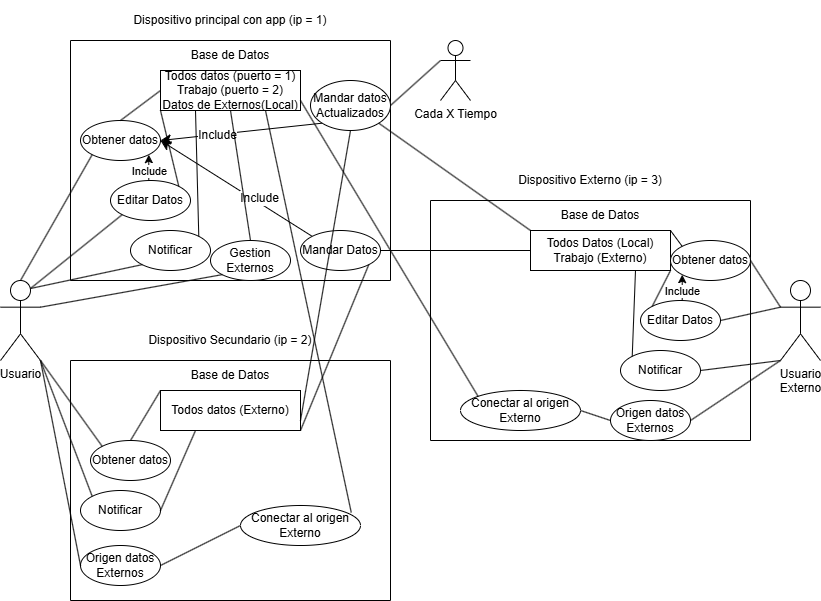
The draw.io diagram UseCase.drawio.png in Gosha1030/ProyectoIntermodularGeorgii, before a commit. Source tidied: cells renumbered, new cells last; positions are measured from the earlier drawing's top-left corner, leaving out a move shared by most shapes.
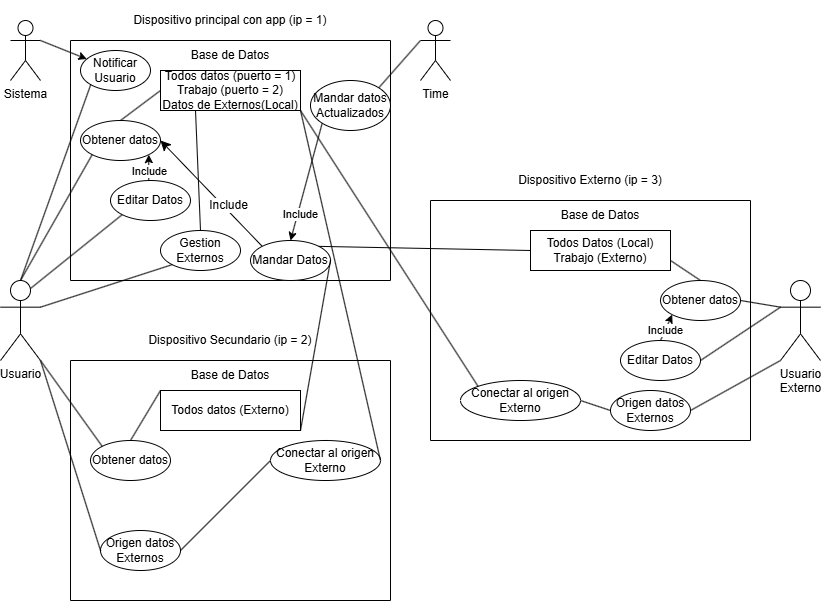
After the commit.

Commit message:
Defenicion del proyecto y diagramas actualizados

The edit, as a diff of the source:
```diff
@@ -2,16 +2,10 @@
   <root>
-    <mxCell id="0" />
-    <mxCell id="1" parent="0" />
+    <mxCell id="70" />
+    <mxCell id="71" parent="70" />
-    <mxCell id="2" value="Usuario" style="shape=umlActor;verticalLabelPosition=bottom;verticalAlign=top;html=1;outlineConnect=0;" parent="1" vertex="1">
+    <mxCell id="2" value="Usuario" style="shape=umlActor;verticalLabelPosition=bottom;verticalAlign=top;html=1;outlineConnect=0;" parent="71" vertex="1">
       <mxGeometry y="280" width="40" height="80" as="geometry" />
     </mxCell>
-    <mxCell id="3" style="swimlane;startSize=0;" parent="1" vertex="1">
+    <mxCell id="3" style="swimlane;startSize=0;" parent="71" vertex="1">
       <mxGeometry x="70" y="40" width="320" height="240" as="geometry" />
     </mxCell>
-    <mxCell id="4" style="edgeStyle=none;curved=1;rounded=0;jettySize=auto;html=1;exitX=0;exitY=1;exitDx=0;exitDy=0;entryX=1;entryY=0.5;entryDx=0;entryDy=0;fontSize=12;startSize=8;endSize=8;" parent="3" edge="1" source="21" target="8">
-      <mxGeometry relative="1" as="geometry" />
-    </mxCell>
-    <mxCell id="5" value="Include" style="edgeLabel;html=1;align=center;verticalAlign=middle;fontSize=12;" parent="4" vertex="1">
-      <mxGeometry x="0.3" y="1" relative="1" as="geometry" />
-    </mxCell>
     <mxCell id="6" value="Todos datos (puerto = 1)&lt;div&gt;Trabajo (puerto = 2)&lt;/div&gt;&lt;div&gt;Datos de Externos(Local)&lt;/div&gt;" style="rounded=0;whiteSpace=wrap;html=1;" parent="3" vertex="1">
@@ -19,5 +13,5 @@
     </mxCell>
-    <mxCell id="7" value="Base de Datos" style="text;html=1;whiteSpace=wrap;strokeColor=none;fillColor=none;align=center;verticalAlign=middle;rounded=0;" parent="3" vertex="1">
-      <mxGeometry x="90" width="140" height="30" as="geometry" />
-    </mxCell>
+    <mxCell id="72" value="Base de Datos" style="text;html=1;whiteSpace=wrap;strokeColor=none;fillColor=none;align=center;verticalAlign=middle;rounded=0;" parent="3" vertex="1">
+      <mxGeometry x="90" width="140" height="30" as="geometry" />
+    </mxCell>
     <mxCell id="8" value="Obtener datos" style="ellipse;whiteSpace=wrap;html=1;" parent="3" vertex="1">
@@ -31,5 +25,5 @@
     </mxCell>
-    <mxCell id="11" value="Include" style="edgeLabel;html=1;align=center;verticalAlign=middle;" parent="10" vertex="1">
-      <mxGeometry x="-0.22" relative="1" as="geometry" />
-    </mxCell>
+    <mxCell id="73" value="Include" style="edgeLabel;html=1;align=center;verticalAlign=middle;" parent="10" vertex="1">
+      <mxGeometry x="-0.22" relative="1" as="geometry" />
+    </mxCell>
     <mxCell id="12" value="Editar Datos" style="ellipse;whiteSpace=wrap;html=1;" parent="3" vertex="1">
@@ -37,11 +31,2 @@
     </mxCell>
-    <mxCell id="13" style="endArrow=none;html=1;rounded=0;entryX=0;entryY=1;entryDx=0;entryDy=0;exitX=1;exitY=0;exitDx=0;exitDy=0;" parent="3" edge="1" source="12" target="6">
-      <mxGeometry relative="1" as="geometry" />
-    </mxCell>
-    <mxCell id="14" value="Notificar" style="ellipse;whiteSpace=wrap;html=1;" parent="3" vertex="1">
-      <mxGeometry x="60" y="190" width="80" height="40" as="geometry" />
-    </mxCell>
-    <mxCell id="15" style="endArrow=none;html=1;rounded=0;entryX=0.25;entryY=1;entryDx=0;entryDy=0;exitX=1;exitY=0;exitDx=0;exitDy=0;" parent="3" edge="1" source="14" target="6">
-      <mxGeometry relative="1" as="geometry" />
-    </mxCell>
     <mxCell id="16" style="edgeStyle=none;curved=1;rounded=0;jettySize=auto;html=1;exitX=0;exitY=0;exitDx=0;exitDy=0;entryX=1;entryY=0.5;entryDx=0;entryDy=0;fontSize=12;startSize=8;endSize=8;" parent="3" edge="1" source="18" target="8">
@@ -49,14 +34,20 @@
     </mxCell>
-    <mxCell id="17" value="Include" style="edgeLabel;html=1;align=center;verticalAlign=middle;fontSize=12;" parent="16" vertex="1">
-      <mxGeometry x="-0.27" y="-4" relative="1" as="geometry" />
-    </mxCell>
+    <mxCell id="74" value="Include" style="edgeLabel;html=1;align=center;verticalAlign=middle;fontSize=12;" parent="16" vertex="1">
+      <mxGeometry x="-0.27" y="-4" relative="1" as="geometry" />
+    </mxCell>
     <mxCell id="18" value="Mandar Datos" style="ellipse;whiteSpace=wrap;html=1;" parent="3" vertex="1">
-      <mxGeometry x="230" y="190" width="80" height="40" as="geometry" />
+      <mxGeometry x="180" y="200" width="80" height="40" as="geometry" />
     </mxCell>
     <mxCell id="19" value="Gestion Externos" style="ellipse;whiteSpace=wrap;html=1;" parent="3" vertex="1">
-      <mxGeometry x="140" y="200" width="80" height="40" as="geometry" />
+      <mxGeometry x="90" y="190" width="80" height="40" as="geometry" />
     </mxCell>
-    <mxCell id="20" style="endArrow=none;html=1;rounded=0;entryX=0.5;entryY=0;entryDx=0;entryDy=0;exitX=0.5;exitY=1;exitDx=0;exitDy=0;" parent="3" edge="1" source="6" target="19">
+    <mxCell id="20" style="endArrow=none;html=1;rounded=0;entryX=0.5;entryY=0;entryDx=0;entryDy=0;exitX=0.25;exitY=1;exitDx=0;exitDy=0;" parent="3" edge="1" source="6" target="19">
       <mxGeometry relative="1" as="geometry" />
     </mxCell>
+    <mxCell id="75" style="rounded=0;jettySize=auto;html=1;exitX=0;exitY=1;exitDx=0;exitDy=0;entryX=0.5;entryY=0;entryDx=0;entryDy=0;" parent="3" edge="1" source="21" target="18">
+      <mxGeometry relative="1" as="geometry" />
+    </mxCell>
+    <mxCell id="76" value="Include" style="edgeLabel;html=1;align=center;verticalAlign=middle;" parent="75" vertex="1">
+      <mxGeometry x="0.55" y="2" relative="1" as="geometry" />
+    </mxCell>
     <mxCell id="21" value="Mandar datos Actualizados" style="ellipse;whiteSpace=wrap;html=1;" parent="3" vertex="1">
@@ -64,6 +55,9 @@
     </mxCell>
+    <mxCell id="77" value="Notificar Usuario" style="ellipse;whiteSpace=wrap;html=1;" parent="3" vertex="1">
+      <mxGeometry x="10" y="10" width="70" height="40" as="geometry" />
+    </mxCell>
-    <mxCell id="22" value="Dispositivo principal con app (ip = 1)" style="text;html=1;whiteSpace=wrap;strokeColor=none;fillColor=none;align=center;verticalAlign=middle;rounded=0;" parent="1" vertex="1">
+    <mxCell id="22" value="Dispositivo principal con app (ip = 1)" style="text;html=1;whiteSpace=wrap;strokeColor=none;fillColor=none;align=center;verticalAlign=middle;rounded=0;" parent="71" vertex="1">
       <mxGeometry x="70" width="320" height="40" as="geometry" />
     </mxCell>
-    <mxCell id="23" style="swimlane;startSize=0;" parent="1" vertex="1">
+    <mxCell id="23" style="swimlane;startSize=0;" parent="71" vertex="1">
       <mxGeometry x="70" y="360" width="320" height="240" as="geometry" />
@@ -73,5 +67,5 @@
     </mxCell>
-    <mxCell id="25" value="Base de Datos" style="text;html=1;whiteSpace=wrap;strokeColor=none;fillColor=none;align=center;verticalAlign=middle;rounded=0;" parent="23" vertex="1">
-      <mxGeometry x="90" width="140" height="30" as="geometry" />
-    </mxCell>
+    <mxCell id="78" value="Base de Datos" style="text;html=1;whiteSpace=wrap;strokeColor=none;fillColor=none;align=center;verticalAlign=middle;rounded=0;" parent="23" vertex="1">
+      <mxGeometry x="90" width="140" height="30" as="geometry" />
+    </mxCell>
     <mxCell id="26" value="Obtener datos" style="ellipse;whiteSpace=wrap;html=1;" parent="23" vertex="1">
@@ -79,5 +73,2 @@
     </mxCell>
-    <mxCell id="27" value="Notificar" style="ellipse;whiteSpace=wrap;html=1;" parent="23" vertex="1">
-      <mxGeometry x="10" y="130" width="80" height="40" as="geometry" />
-    </mxCell>
     <mxCell id="28" style="endArrow=none;html=1;rounded=0;entryX=0;entryY=0;entryDx=0;entryDy=0;exitX=0.5;exitY=0;exitDx=0;exitDy=0;" parent="23" edge="1" source="26" target="24">
@@ -85,18 +76,15 @@
     </mxCell>
-    <mxCell id="29" style="endArrow=none;html=1;rounded=0;entryX=0.25;entryY=1;entryDx=0;entryDy=0;exitX=1;exitY=0.5;exitDx=0;exitDy=0;" parent="23" edge="1" source="27" target="24">
-      <mxGeometry relative="1" as="geometry" />
-    </mxCell>
-    <mxCell id="30" value="Conectar al origen Externo" style="ellipse;whiteSpace=wrap;html=1;" parent="23" vertex="1">
-      <mxGeometry x="170" y="145" width="120" height="40" as="geometry" />
-    </mxCell>
-    <mxCell id="31" value="Origen datos Externos" style="ellipse;whiteSpace=wrap;html=1;" parent="23" vertex="1">
-      <mxGeometry x="10" y="185" width="80" height="40" as="geometry" />
-    </mxCell>
-    <mxCell id="32" style="endArrow=none;html=1;rounded=0;exitX=1;exitY=0.5;exitDx=0;exitDy=0;entryX=0;entryY=0.5;entryDx=0;entryDy=0;" parent="23" edge="1" source="31" target="30">
-      <mxGeometry relative="1" as="geometry" />
-    </mxCell>
+    <mxCell id="79" value="Conectar al origen Externo" style="ellipse;whiteSpace=wrap;html=1;" parent="23" vertex="1">
+      <mxGeometry x="200" y="80" width="110" height="40" as="geometry" />
+    </mxCell>
+    <mxCell id="80" value="Origen datos Externos" style="ellipse;whiteSpace=wrap;html=1;" parent="23" vertex="1">
+      <mxGeometry x="30" y="170" width="80" height="40" as="geometry" />
+    </mxCell>
+    <mxCell id="81" style="endArrow=none;html=1;rounded=0;exitX=1;exitY=0.5;exitDx=0;exitDy=0;entryX=0;entryY=0.5;entryDx=0;entryDy=0;" parent="23" edge="1" source="80" target="79">
+      <mxGeometry relative="1" as="geometry" />
+    </mxCell>
-    <mxCell id="33" value="Dispositivo Secundario (ip = 2)" style="text;html=1;whiteSpace=wrap;strokeColor=none;fillColor=none;align=center;verticalAlign=middle;rounded=0;" parent="1" vertex="1">
+    <mxCell id="33" value="Dispositivo Secundario (ip = 2)" style="text;html=1;whiteSpace=wrap;strokeColor=none;fillColor=none;align=center;verticalAlign=middle;rounded=0;" parent="71" vertex="1">
       <mxGeometry x="70" y="320" width="320" height="40" as="geometry" />
     </mxCell>
-    <mxCell id="34" style="swimlane;startSize=0;" parent="1" vertex="1">
+    <mxCell id="34" style="swimlane;startSize=0;" parent="71" vertex="1">
       <mxGeometry x="430" y="200" width="320" height="240" as="geometry" />
@@ -110,100 +98,82 @@
     <mxCell id="37" value="Obtener datos" style="ellipse;whiteSpace=wrap;html=1;" parent="34" vertex="1">
-      <mxGeometry x="240" y="40" width="80" height="40" as="geometry" />
+      <mxGeometry x="230" y="80" width="80" height="40" as="geometry" />
     </mxCell>
-    <mxCell id="38" style="edgeStyle=orthogonalEdgeStyle;rounded=0;jettySize=auto;html=1;exitX=0.5;exitY=0;exitDx=0;exitDy=0;entryX=0;entryY=1;entryDx=0;entryDy=0;" parent="34" edge="1" source="40" target="37">
+    <mxCell id="38" style="rounded=0;jettySize=auto;html=1;exitX=0.5;exitY=0;exitDx=0;exitDy=0;entryX=0;entryY=1;entryDx=0;entryDy=0;" parent="34" edge="1" source="40" target="37">
       <mxGeometry relative="1" as="geometry" />
     </mxCell>
-    <mxCell id="39" value="Include" style="edgeLabel;html=1;align=center;verticalAlign=middle;" parent="38" vertex="1">
-      <mxGeometry x="-0.22" relative="1" as="geometry" />
-    </mxCell>
+    <mxCell id="82" value="Include" style="edgeLabel;html=1;align=center;verticalAlign=middle;" parent="38" vertex="1">
+      <mxGeometry x="-0.22" relative="1" as="geometry" />
+    </mxCell>
     <mxCell id="40" value="Editar Datos" style="ellipse;whiteSpace=wrap;html=1;" parent="34" vertex="1">
-      <mxGeometry x="210" y="100" width="80" height="40" as="geometry" />
+      <mxGeometry x="190" y="140" width="80" height="40" as="geometry" />
     </mxCell>
-    <mxCell id="41" value="Notificar" style="ellipse;whiteSpace=wrap;html=1;" parent="34" vertex="1">
-      <mxGeometry x="190" y="150" width="80" height="40" as="geometry" />
-    </mxCell>
-    <mxCell id="42" style="endArrow=none;html=1;rounded=0;entryX=0;entryY=0.5;entryDx=0;entryDy=0;exitX=1;exitY=0.75;exitDx=0;exitDy=0;" parent="34" edge="1" source="35" target="37">
-      <mxGeometry relative="1" as="geometry" />
-    </mxCell>
-    <mxCell id="43" style="endArrow=none;html=1;rounded=0;entryX=0;entryY=0;entryDx=0;entryDy=0;exitX=1;exitY=1;exitDx=0;exitDy=0;" parent="34" edge="1" source="35" target="40">
-      <mxGeometry relative="1" as="geometry" />
-    </mxCell>
-    <mxCell id="44" style="endArrow=none;html=1;rounded=0;entryX=0;entryY=0;entryDx=0;entryDy=0;exitX=0.75;exitY=1;exitDx=0;exitDy=0;" parent="34" edge="1" source="35" target="41">
-      <mxGeometry relative="1" as="geometry" />
-    </mxCell>
-    <mxCell id="45" value="Origen datos Externos" style="ellipse;whiteSpace=wrap;html=1;" parent="34" vertex="1">
-      <mxGeometry x="180" y="200" width="80" height="40" as="geometry" />
-    </mxCell>
-    <mxCell id="46" value="Conectar al origen Externo" style="ellipse;whiteSpace=wrap;html=1;" parent="34" vertex="1">
-      <mxGeometry x="30" y="190" width="120" height="40" as="geometry" />
-    </mxCell>
-    <mxCell id="47" style="endArrow=none;html=1;rounded=0;entryX=0;entryY=0.5;entryDx=0;entryDy=0;exitX=1;exitY=0.5;exitDx=0;exitDy=0;" parent="34" edge="1" source="46" target="45">
-      <mxGeometry relative="1" as="geometry" />
-    </mxCell>
-    <mxCell id="48" style="endArrow=none;html=1;rounded=0;fontSize=12;startSize=8;endSize=8;curved=1;entryX=0;entryY=0;entryDx=0;entryDy=0;exitX=1;exitY=0;exitDx=0;exitDy=0;" parent="34" edge="1" source="35" target="37">
-      <mxGeometry relative="1" as="geometry" />
-    </mxCell>
+    <mxCell id="83" style="endArrow=none;html=1;rounded=0;entryX=0.5;entryY=0;entryDx=0;entryDy=0;exitX=1;exitY=0.75;exitDx=0;exitDy=0;" parent="34" edge="1" source="35" target="37">
+      <mxGeometry relative="1" as="geometry" />
+    </mxCell>
+    <mxCell id="84" value="Origen datos Externos" style="ellipse;whiteSpace=wrap;html=1;" parent="34" vertex="1">
+      <mxGeometry x="180" y="190" width="80" height="40" as="geometry" />
+    </mxCell>
+    <mxCell id="85" value="Conectar al origen Externo" style="ellipse;whiteSpace=wrap;html=1;" parent="34" vertex="1">
+      <mxGeometry x="30" y="180" width="120" height="40" as="geometry" />
+    </mxCell>
+    <mxCell id="86" style="endArrow=none;html=1;rounded=0;entryX=0;entryY=0.5;entryDx=0;entryDy=0;exitX=1;exitY=0.5;exitDx=0;exitDy=0;" parent="34" edge="1" source="85" target="84">
+      <mxGeometry relative="1" as="geometry" />
+    </mxCell>
-    <mxCell id="49" value="Dispositivo Externo (ip = 3)" style="text;html=1;whiteSpace=wrap;strokeColor=none;fillColor=none;align=center;verticalAlign=middle;rounded=0;" parent="1" vertex="1">
+    <mxCell id="49" value="Dispositivo Externo (ip = 3)" style="text;html=1;whiteSpace=wrap;strokeColor=none;fillColor=none;align=center;verticalAlign=middle;rounded=0;" parent="71" vertex="1">
       <mxGeometry x="430" y="160" width="320" height="40" as="geometry" />
     </mxCell>
-    <mxCell id="50" value="Usuario&lt;div&gt;Externo&lt;/div&gt;" style="shape=umlActor;verticalLabelPosition=bottom;verticalAlign=top;html=1;outlineConnect=0;" parent="1" vertex="1">
+    <mxCell id="50" value="Usuario&lt;div&gt;Externo&lt;/div&gt;" style="shape=umlActor;verticalLabelPosition=bottom;verticalAlign=top;html=1;outlineConnect=0;" parent="71" vertex="1">
       <mxGeometry x="780" y="280" width="40" height="80" as="geometry" />
     </mxCell>
-    <mxCell id="51" style="endArrow=none;html=1;rounded=0;entryX=0;entryY=1;entryDx=0;entryDy=0;exitX=0.5;exitY=0;exitDx=0;exitDy=0;exitPerimeter=0;" parent="1" edge="1" source="2" target="8">
+    <mxCell id="51" style="endArrow=none;html=1;rounded=0;entryX=0;entryY=1;entryDx=0;entryDy=0;exitX=0.5;exitY=0;exitDx=0;exitDy=0;exitPerimeter=0;" parent="71" edge="1" source="2" target="8">
       <mxGeometry relative="1" as="geometry" />
     </mxCell>
-    <mxCell id="52" style="endArrow=none;html=1;rounded=0;entryX=0;entryY=1;entryDx=0;entryDy=0;exitX=0.75;exitY=0.1;exitDx=0;exitDy=0;exitPerimeter=0;" parent="1" edge="1" source="2" target="12">
+    <mxCell id="52" style="endArrow=none;html=1;rounded=0;entryX=0;entryY=1;entryDx=0;entryDy=0;exitX=0.75;exitY=0.1;exitDx=0;exitDy=0;exitPerimeter=0;" parent="71" edge="1" source="2" target="12">
       <mxGeometry relative="1" as="geometry" />
     </mxCell>
-    <mxCell id="53" style="endArrow=none;html=1;rounded=0;entryX=0;entryY=1;entryDx=0;entryDy=0;exitX=0.75;exitY=0.1;exitDx=0;exitDy=0;exitPerimeter=0;" parent="1" edge="1" source="2" target="14">
-      <mxGeometry relative="1" as="geometry" />
-    </mxCell>
-    <mxCell id="54" style="endArrow=none;html=1;rounded=0;exitX=1;exitY=1;exitDx=0;exitDy=0;exitPerimeter=0;entryX=0;entryY=0;entryDx=0;entryDy=0;" parent="1" edge="1" source="2" target="26">
+    <mxCell id="54" style="endArrow=none;html=1;rounded=0;exitX=1;exitY=1;exitDx=0;exitDy=0;exitPerimeter=0;entryX=0;entryY=0;entryDx=0;entryDy=0;" parent="71" edge="1" source="2" target="26">
       <mxGeometry relative="1" as="geometry" />
     </mxCell>
-    <mxCell id="55" style="endArrow=none;html=1;rounded=0;exitX=1;exitY=1;exitDx=0;exitDy=0;exitPerimeter=0;entryX=0;entryY=0;entryDx=0;entryDy=0;" parent="1" edge="1" source="2" target="27">
-      <mxGeometry relative="1" as="geometry" />
-    </mxCell>
-    <mxCell id="56" style="endArrow=none;html=1;rounded=0;entryX=1;entryY=1;entryDx=0;entryDy=0;entryPerimeter=0;exitX=0;exitY=0.5;exitDx=0;exitDy=0;" parent="1" edge="1" source="31" target="2">
-      <mxGeometry relative="1" as="geometry" />
-    </mxCell>
-    <mxCell id="57" style="endArrow=none;html=1;rounded=0;entryX=0.75;entryY=1;entryDx=0;entryDy=0;exitX=0.923;exitY=0.175;exitDx=0;exitDy=0;exitPerimeter=0;" parent="1" edge="1" source="30" target="6">
-      <mxGeometry relative="1" as="geometry" />
-    </mxCell>
-    <mxCell id="58" value="Cada X Tiempo" style="shape=umlActor;verticalLabelPosition=bottom;verticalAlign=top;html=1;outlineConnect=0;" parent="1" vertex="1">
-      <mxGeometry x="440" y="40" width="30" height="60" as="geometry" />
-    </mxCell>
+    <mxCell id="87" style="endArrow=none;html=1;rounded=0;entryX=1;entryY=1;entryDx=0;entryDy=0;entryPerimeter=0;exitX=0;exitY=0.5;exitDx=0;exitDy=0;" parent="71" edge="1" source="80" target="2">
+      <mxGeometry relative="1" as="geometry" />
+    </mxCell>
+    <mxCell id="88" style="endArrow=none;html=1;rounded=0;entryX=1;entryY=1;entryDx=0;entryDy=0;exitX=1;exitY=0.5;exitDx=0;exitDy=0;" parent="71" edge="1" source="79" target="6">
+      <mxGeometry relative="1" as="geometry" />
+    </mxCell>
+    <mxCell id="89" value="Time" style="shape=umlActor;verticalLabelPosition=bottom;verticalAlign=top;html=1;outlineConnect=0;" parent="71" vertex="1">
+      <mxGeometry x="420" y="20" width="30" height="60" as="geometry" />
+    </mxCell>
-    <mxCell id="59" style="endArrow=none;html=1;rounded=0;entryX=1;entryY=1;entryDx=0;entryDy=0;exitX=1;exitY=1;exitDx=0;exitDy=0;" parent="1" edge="1" source="24" target="18">
+    <mxCell id="59" style="endArrow=none;html=1;rounded=0;entryX=1;entryY=0.5;entryDx=0;entryDy=0;exitX=1;exitY=1;exitDx=0;exitDy=0;" parent="71" edge="1" source="24" target="18">
       <mxGeometry relative="1" as="geometry" />
     </mxCell>
-    <mxCell id="60" style="endArrow=none;html=1;rounded=0;entryX=1;entryY=0.5;entryDx=0;entryDy=0;exitX=0;exitY=0.3333333333333333;exitDx=0;exitDy=0;exitPerimeter=0;" parent="1" edge="1" source="58" target="21">
-      <mxGeometry relative="1" as="geometry" />
-    </mxCell>
-    <mxCell id="61" style="endArrow=none;html=1;rounded=0;entryX=0;entryY=1;entryDx=0;entryDy=0;entryPerimeter=0;exitX=1;exitY=0.5;exitDx=0;exitDy=0;" parent="1" edge="1" source="41" target="50">
-      <mxGeometry relative="1" as="geometry" />
-    </mxCell>
+    <mxCell id="90" style="endArrow=none;html=1;rounded=0;entryX=1;entryY=0;entryDx=0;entryDy=0;exitX=0;exitY=0.3333333333333333;exitDx=0;exitDy=0;exitPerimeter=0;" parent="71" edge="1" source="89" target="21">
+      <mxGeometry relative="1" as="geometry" />
+    </mxCell>
-    <mxCell id="62" style="endArrow=none;html=1;rounded=0;entryX=0;entryY=0.3333333333333333;entryDx=0;entryDy=0;entryPerimeter=0;exitX=1;exitY=0.5;exitDx=0;exitDy=0;" parent="1" edge="1" source="40" target="50">
+    <mxCell id="62" style="endArrow=none;html=1;rounded=0;entryX=0;entryY=0.3333333333333333;entryDx=0;entryDy=0;entryPerimeter=0;exitX=1;exitY=0.5;exitDx=0;exitDy=0;" parent="71" edge="1" source="40" target="50">
       <mxGeometry relative="1" as="geometry" />
     </mxCell>
-    <mxCell id="63" style="endArrow=none;html=1;rounded=0;exitX=1;exitY=0.5;exitDx=0;exitDy=0;entryX=0;entryY=0.3333333333333333;entryDx=0;entryDy=0;entryPerimeter=0;" parent="1" edge="1" source="37" target="50">
+    <mxCell id="63" style="endArrow=none;html=1;rounded=0;exitX=1;exitY=0.5;exitDx=0;exitDy=0;entryX=0;entryY=0.3333333333333333;entryDx=0;entryDy=0;entryPerimeter=0;" parent="71" edge="1" source="37" target="50">
       <mxGeometry relative="1" as="geometry" />
     </mxCell>
-    <mxCell id="64" style="endArrow=none;html=1;rounded=0;entryX=0;entryY=1;entryDx=0;entryDy=0;entryPerimeter=0;exitX=1;exitY=0.5;exitDx=0;exitDy=0;" parent="1" edge="1" source="45" target="50">
-      <mxGeometry relative="1" as="geometry" />
-    </mxCell>
-    <mxCell id="65" style="endArrow=none;html=1;rounded=0;entryX=0;entryY=0;entryDx=0;entryDy=0;exitX=1;exitY=0.75;exitDx=0;exitDy=0;" parent="1" edge="1" source="6" target="46">
-      <mxGeometry relative="1" as="geometry" />
-    </mxCell>
+    <mxCell id="91" style="endArrow=none;html=1;rounded=0;entryX=0;entryY=1;entryDx=0;entryDy=0;entryPerimeter=0;exitX=1;exitY=0.5;exitDx=0;exitDy=0;" parent="71" edge="1" source="84" target="50">
+      <mxGeometry relative="1" as="geometry" />
+    </mxCell>
+    <mxCell id="92" style="endArrow=none;html=1;rounded=0;entryX=0;entryY=0;entryDx=0;entryDy=0;exitX=1;exitY=1;exitDx=0;exitDy=0;" parent="71" edge="1" source="6" target="85">
+      <mxGeometry relative="1" as="geometry" />
+    </mxCell>
-    <mxCell id="66" style="endArrow=none;html=1;rounded=0;entryX=0;entryY=0.5;entryDx=0;entryDy=0;exitX=1;exitY=0.5;exitDx=0;exitDy=0;" parent="1" edge="1" source="18" target="35">
+    <mxCell id="66" style="endArrow=none;html=1;rounded=0;entryX=0;entryY=0.5;entryDx=0;entryDy=0;exitX=1;exitY=0;exitDx=0;exitDy=0;" parent="71" edge="1" source="18" target="35">
       <mxGeometry relative="1" as="geometry" />
     </mxCell>
-    <mxCell id="67" style="endArrow=none;html=1;rounded=0;entryX=0;entryY=1;entryDx=0;entryDy=0;exitX=1;exitY=0.3333333333333333;exitDx=0;exitDy=0;exitPerimeter=0;" parent="1" edge="1" source="2" target="19">
+    <mxCell id="67" style="endArrow=none;html=1;rounded=0;entryX=0;entryY=1;entryDx=0;entryDy=0;exitX=1;exitY=0.3333333333333333;exitDx=0;exitDy=0;exitPerimeter=0;" parent="71" edge="1" source="2" target="19">
       <mxGeometry relative="1" as="geometry" />
     </mxCell>
-    <mxCell id="68" style="endArrow=none;html=1;rounded=0;entryX=0;entryY=1;entryDx=0;entryDy=0;exitX=1;exitY=1;exitDx=0;exitDy=0;" parent="1" edge="1" source="21" target="36">
-      <mxGeometry relative="1" as="geometry" />
-    </mxCell>
-    <mxCell id="69" style="endArrow=none;html=1;rounded=0;entryX=0.5;entryY=1;entryDx=0;entryDy=0;exitX=1;exitY=0.75;exitDx=0;exitDy=0;" parent="1" edge="1" source="24" target="21">
-      <mxGeometry relative="1" as="geometry" />
-    </mxCell>
+    <mxCell id="93" style="rounded=0;jettySize=auto;html=1;exitX=1;exitY=0.3333333333333333;exitDx=0;exitDy=0;exitPerimeter=0;" parent="71" edge="1" source="94" target="77">
+      <mxGeometry relative="1" as="geometry" />
+    </mxCell>
+    <mxCell id="94" value="Sistema" style="shape=umlActor;verticalLabelPosition=bottom;verticalAlign=top;html=1;outlineConnect=0;" parent="71" vertex="1">
+      <mxGeometry x="10" y="20" width="30" height="60" as="geometry" />
+    </mxCell>
+    <mxCell id="95" style="endArrow=none;html=1;rounded=0;entryX=0;entryY=1;entryDx=0;entryDy=0;exitX=0.5;exitY=0;exitDx=0;exitDy=0;exitPerimeter=0;" parent="71" edge="1" source="2" target="77">
+      <mxGeometry relative="1" as="geometry" />
+    </mxCell>
   </root>
```
